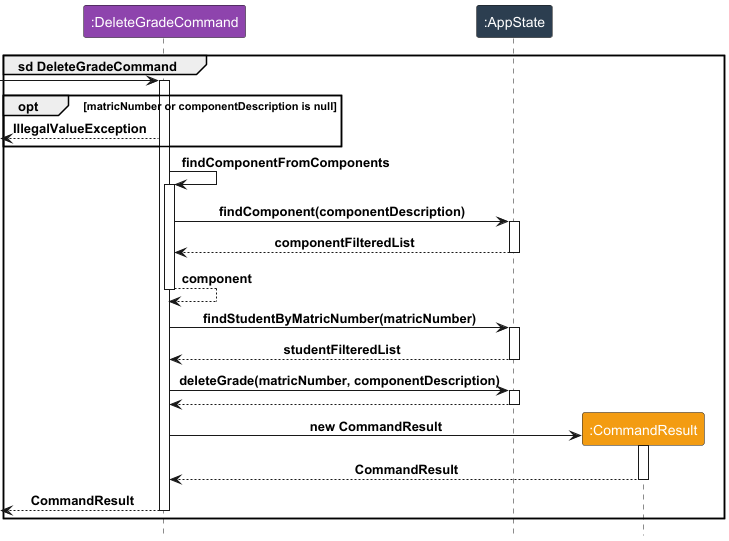
The PlantUML diagram docs/diagrams/DeleteGradeCommand.png in yeekian/tp, before a commit.
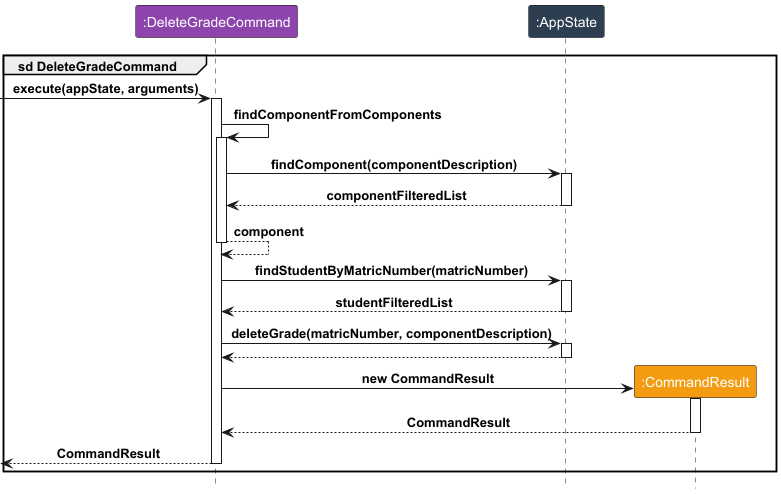
Above is the later version.

Change to the diagram source:
```diff
@@ -5,13 +5,8 @@
 participant ":AppState" as A LOGIC_COLOR_2
 participant ":CommandResult" as R LOGIC_COLOR_8
 
-[->C
+[->C : execute(appState, arguments)
 activate C
-
-
-opt matricNumber or componentDescription is null
-    [<--C : IllegalValueException
-end
 
 C -> C : findComponentFromComponents
 activate C
```
